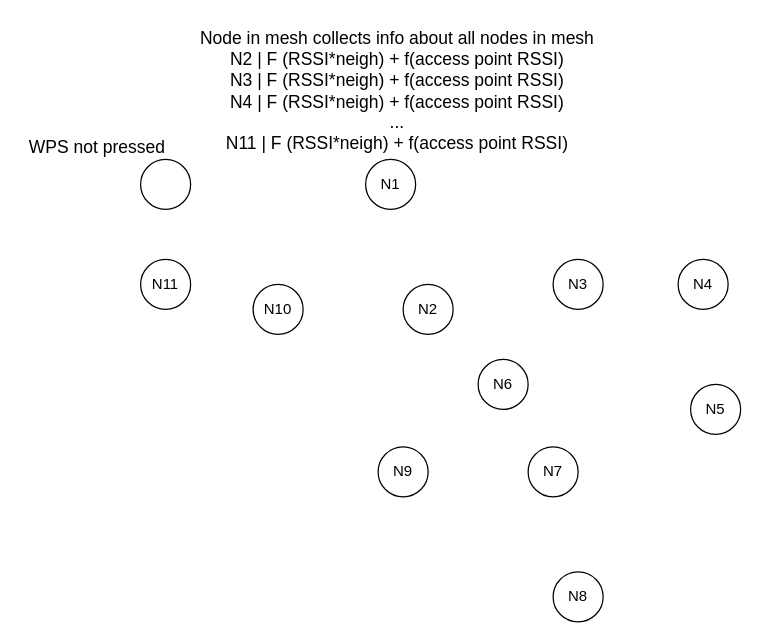
Before: drawio/Phase1.drawio in SestakJ/DP-Micropython-ESP32-Mesh, a draw.io diagram. Source tidied: cells renumbered, new cells numbered last; positions are measured from the earlier drawing's top-left corner, leaving out a move shared by most shapes. Both pictures are drawn from the tidied source at 125%, with x=0, y=0 at pixel (21, 21).
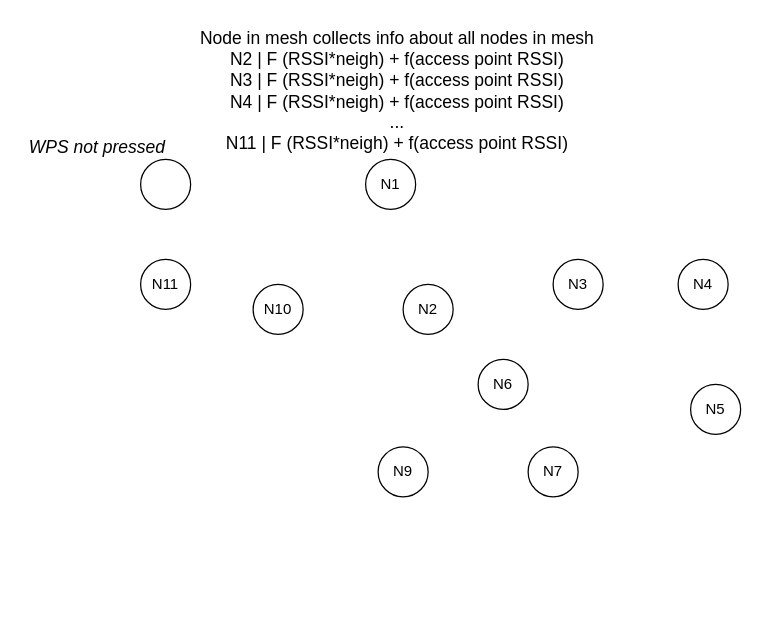
Above is the later version.

Change to the diagram source:
```diff
@@
 <mxGraphModel>
   <root>
     <mxCell id="0" />
     <mxCell id="1" parent="0" />
     <mxCell id="2" value="N6" style="ellipse;whiteSpace=wrap;html=1;" parent="1" vertex="1">
       <mxGeometry x="365" y="270" width="40" height="40" as="geometry" />
     </mxCell>
     <mxCell id="3" value="N11" style="ellipse;whiteSpace=wrap;html=1;" parent="1" vertex="1">
       <mxGeometry x="95" y="190" width="40" height="40" as="geometry" />
     </mxCell>
-    <mxCell id="4" value="N8" style="ellipse;whiteSpace=wrap;html=1;" parent="1" vertex="1">
-      <mxGeometry x="425" y="440" width="40" height="40" as="geometry" />
-    </mxCell>
     <mxCell id="5" value="N9" style="ellipse;whiteSpace=wrap;html=1;" parent="1" vertex="1">
       <mxGeometry x="285" y="340" width="40" height="40" as="geometry" />
     </mxCell>
     <mxCell id="6" value="N7" style="ellipse;whiteSpace=wrap;html=1;" parent="1" vertex="1">
       <mxGeometry x="405" y="340" width="40" height="40" as="geometry" />
     </mxCell>
     <mxCell id="7" value="N1" style="ellipse;whiteSpace=wrap;html=1;" parent="1" vertex="1">
       <mxGeometry x="275" y="110" width="40" height="40" as="geometry" />
     </mxCell>
     <mxCell id="8" value="N3" style="ellipse;whiteSpace=wrap;html=1;" parent="1" vertex="1">
       <mxGeometry x="425" y="190" width="40" height="40" as="geometry" />
     </mxCell>
     <mxCell id="9" value="N10" style="ellipse;whiteSpace=wrap;html=1;" parent="1" vertex="1">
       <mxGeometry x="185" y="210" width="40" height="40" as="geometry" />
     </mxCell>
     <mxCell id="10" value="N5" style="ellipse;whiteSpace=wrap;html=1;" parent="1" vertex="1">
       <mxGeometry x="535" y="290" width="40" height="40" as="geometry" />
     </mxCell>
     <mxCell id="11" value="N4" style="ellipse;whiteSpace=wrap;html=1;" parent="1" vertex="1">
       <mxGeometry x="525" y="190" width="40" height="40" as="geometry" />
     </mxCell>
     <mxCell id="12" value="N2" style="ellipse;whiteSpace=wrap;html=1;" parent="1" vertex="1">
       <mxGeometry x="305" y="210" width="40" height="40" as="geometry" />
     </mxCell>
     <mxCell id="13" style="ellipse;whiteSpace=wrap;html=1;" parent="1" vertex="1">
       <mxGeometry x="95" y="110" width="40" height="40" as="geometry" />
     </mxCell>
-    <mxCell id="14" value="WPS not pressed" style="text;html=1;align=center;verticalAlign=middle;strokeColor=none;fillColor=none;fontSize=14;" parent="1" vertex="1">
+    <mxCell id="14" value="WPS not pressed" style="text;html=1;align=center;verticalAlign=middle;strokeColor=none;fillColor=none;fontSize=14;fontStyle=2;" parent="1" vertex="1">
       <mxGeometry y="90" width="120" height="20" as="geometry" />
     </mxCell>
     <mxCell id="15" value="Node in mesh collects info about all nodes in mesh&lt;br style=&quot;font-size: 14px;&quot;&gt;N2 | F (RSSI*neigh) + f(access point RSSI)&lt;br style=&quot;font-size: 14px;&quot;&gt;N3 | F (RSSI*neigh) + f(access point RSSI)&lt;br style=&quot;font-size: 14px;&quot;&gt;N4 | F (RSSI*neigh) + f(access point RSSI)&lt;br style=&quot;font-size: 14px;&quot;&gt;...&lt;br style=&quot;font-size: 14px;&quot;&gt;N11 | F (RSSI*neigh) + f(access point RSSI)" style="text;html=1;align=center;verticalAlign=middle;strokeColor=none;fillColor=none;fontSize=14;" parent="1" vertex="1">
       <mxGeometry x="135" width="330" height="110" as="geometry" />
     </mxCell>
   </root>
 </mxGraphModel>
```
